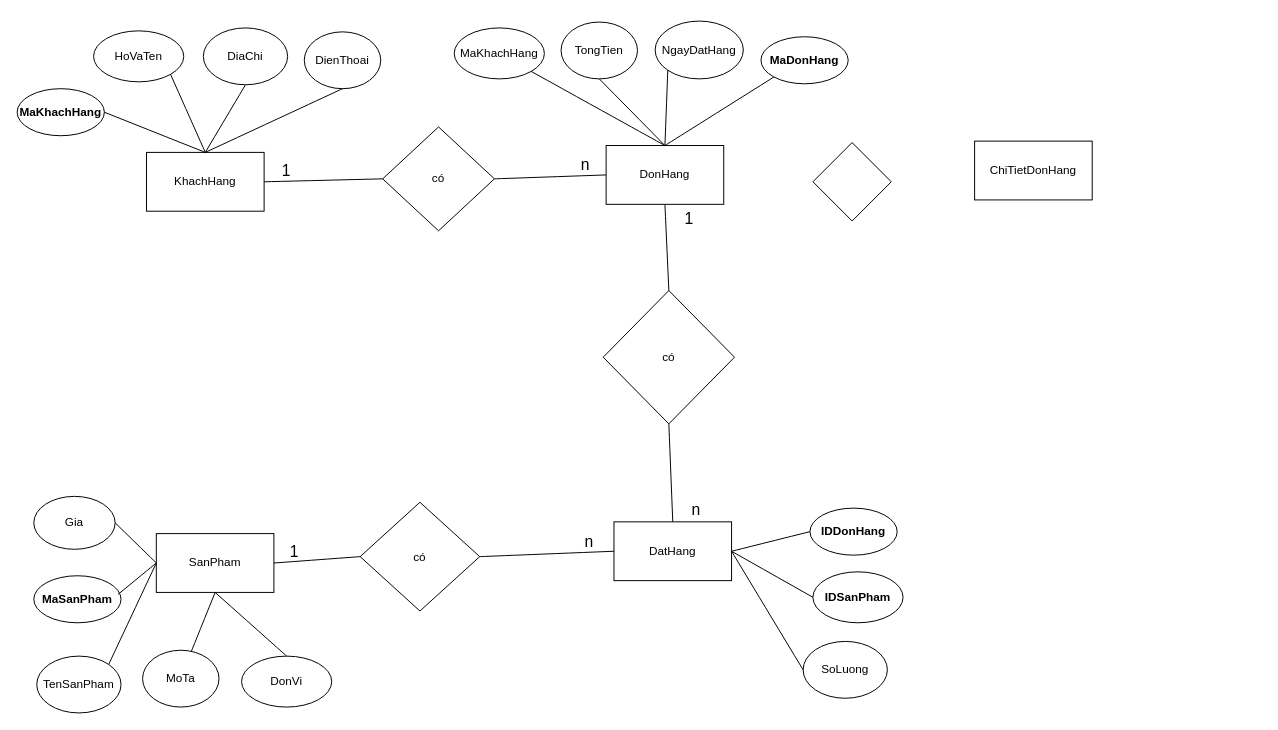
This is page "Lược Đồ ER" (1 of 2) of DuAn3.drawio from PhamThom129D/DeThiMau, a draw.io file, before an edit. Source tidied: cells renumbered, new cells numbered last; positions are measured from the earlier drawing's top-left corner, leaving out a move shared by most shapes. Both pictures are drawn from the tidied source at 98%, with x=0, y=0 at pixel (17, 21).
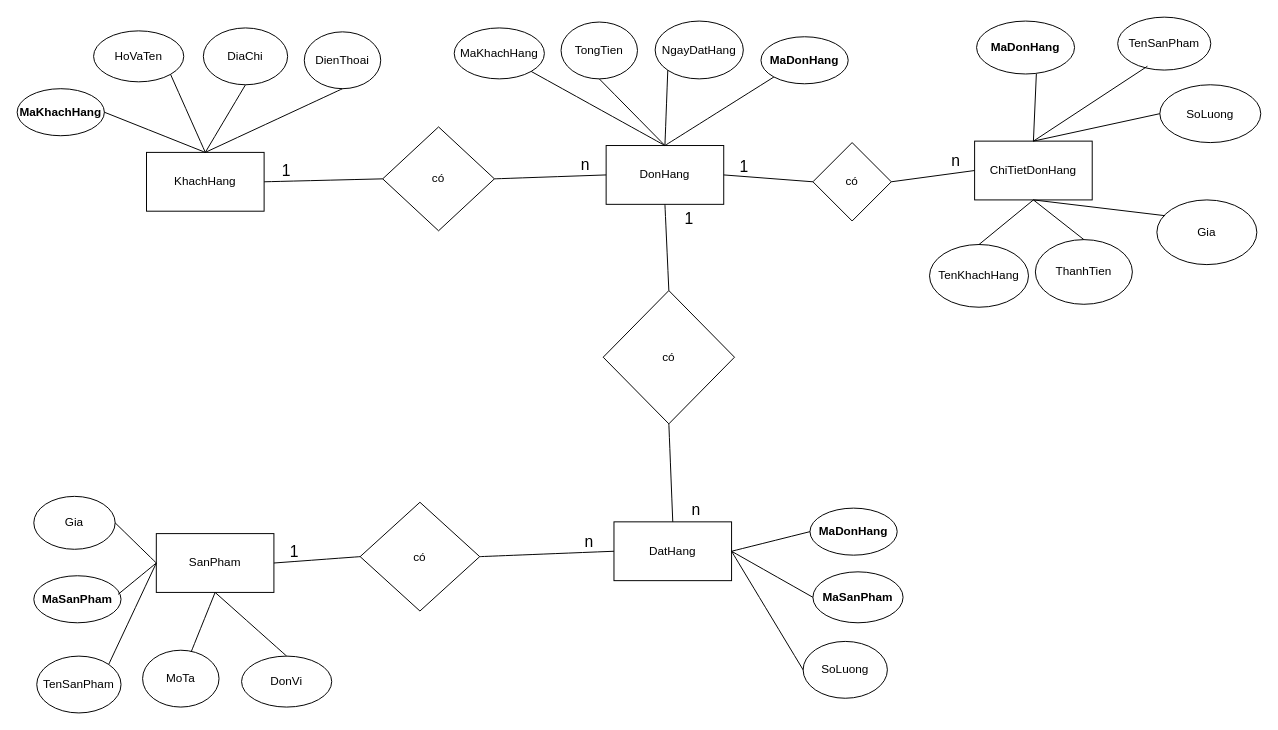
Above is the later version.

Commit message:
Cập nhật DuAn3.drawio

The change refers to these unchanged cells:
```xml
<mxCell id="4" value="DonHang" style="rounded=0;whiteSpace=wrap;html=1;" parent="1" vertex="1">
  <mxGeometry x="601" y="127" width="120" height="60" as="geometry" />
</mxCell>
<mxCell id="53" value="ChiTietDonHang" style="rounded=0;whiteSpace=wrap;html=1;" parent="1" vertex="1">
  <mxGeometry x="977" y="122.5" width="120" height="60" as="geometry" />
</mxCell>
```

What changed in the source:
```diff
@@
-    <mxCell id="15" value="&lt;b&gt;IDSanPham&lt;/b&gt;" style="ellipse;whiteSpace=wrap;html=1;" parent="1" vertex="1">
+    <mxCell id="15" value="&lt;b&gt;MaSanPham&lt;/b&gt;" style="ellipse;whiteSpace=wrap;html=1;" parent="1" vertex="1">
       <mxGeometry x="812" y="562" width="92" height="52" as="geometry" />
     </mxCell>
@@
-    <mxCell id="17" value="&lt;b&gt;IDDonHang&lt;/b&gt;" style="ellipse;whiteSpace=wrap;html=1;" parent="1" vertex="1">
+    <mxCell id="17" value="&lt;b&gt;MaDonHang&lt;/b&gt;" style="ellipse;whiteSpace=wrap;html=1;" parent="1" vertex="1">
       <mxGeometry x="809" y="497" width="89" height="48" as="geometry" />
     </mxCell>
@@
-    <mxCell id="54" style="rhombus;whiteSpace=wrap;html=1;" parent="1" vertex="1">
+    <mxCell id="54" value="có" style="rhombus;whiteSpace=wrap;html=1;" parent="1" vertex="1">
       <mxGeometry x="812" y="124" width="80" height="80" as="geometry" />
     </mxCell>
+    <mxCell id="55" style="endArrow=none;html=1;rounded=0;entryX=1;entryY=0.5;entryDx=0;entryDy=0;exitX=0;exitY=0.5;exitDx=0;exitDy=0;" parent="1" edge="1" source="54" target="4">
+      <mxGeometry relative="1" as="geometry" />
+    </mxCell>
+    <mxCell id="56" style="endArrow=none;html=1;rounded=0;entryX=1;entryY=0.5;entryDx=0;entryDy=0;exitX=0;exitY=0.5;exitDx=0;exitDy=0;" parent="1" edge="1" source="53" target="54">
+      <mxGeometry relative="1" as="geometry" />
+    </mxCell>
+    <mxCell id="57" value="TenKhachHang" style="ellipse;whiteSpace=wrap;html=1;" parent="1" vertex="1">
+      <mxGeometry x="931" y="228" width="101" height="64" as="geometry" />
+    </mxCell>
+    <mxCell id="58" value="ThanhTien" style="ellipse;whiteSpace=wrap;html=1;" parent="1" vertex="1">
+      <mxGeometry x="1039" y="223" width="99" height="66" as="geometry" />
+    </mxCell>
+    <mxCell id="59" value="SoLuong" style="ellipse;whiteSpace=wrap;html=1;" parent="1" vertex="1">
+      <mxGeometry x="1166" y="65" width="103" height="59" as="geometry" />
+    </mxCell>
+    <mxCell id="60" value="TenSanPham" style="ellipse;whiteSpace=wrap;html=1;" parent="1" vertex="1">
+      <mxGeometry x="1123" y="-4" width="95" height="54" as="geometry" />
+    </mxCell>
+    <mxCell id="61" value="&lt;b&gt;MaDonHang&lt;/b&gt;" style="ellipse;whiteSpace=wrap;html=1;" parent="1" vertex="1">
+      <mxGeometry x="979" width="100" height="54" as="geometry" />
+    </mxCell>
+    <mxCell id="62" value="Gia" style="ellipse;whiteSpace=wrap;html=1;" parent="1" vertex="1">
+      <mxGeometry x="1163" y="182.5" width="102" height="66" as="geometry" />
+    </mxCell>
+    <mxCell id="63" style="endArrow=none;html=1;rounded=0;entryX=0.5;entryY=1;entryDx=0;entryDy=0;exitX=0.5;exitY=0;exitDx=0;exitDy=0;" parent="1" edge="1" source="58" target="53">
+      <mxGeometry relative="1" as="geometry" />
+    </mxCell>
+    <mxCell id="64" style="endArrow=none;html=1;rounded=0;entryX=0.5;entryY=1;entryDx=0;entryDy=0;exitX=0.5;exitY=0;exitDx=0;exitDy=0;" parent="1" edge="1" source="57" target="53">
+      <mxGeometry relative="1" as="geometry" />
+    </mxCell>
+    <mxCell id="65" style="endArrow=none;html=1;rounded=0;entryX=0.5;entryY=0;entryDx=0;entryDy=0;exitX=0;exitY=0.5;exitDx=0;exitDy=0;" parent="1" edge="1" source="59" target="53">
+      <mxGeometry relative="1" as="geometry" />
+    </mxCell>
+    <mxCell id="66" style="endArrow=none;html=1;rounded=0;entryX=0.5;entryY=0;entryDx=0;entryDy=0;exitX=0.319;exitY=0.928;exitDx=0;exitDy=0;exitPerimeter=0;" parent="1" edge="1" source="60" target="53">
+      <mxGeometry relative="1" as="geometry" />
+    </mxCell>
+    <mxCell id="67" style="endArrow=none;html=1;rounded=0;entryX=0.5;entryY=0;entryDx=0;entryDy=0;exitX=0.61;exitY=1;exitDx=0;exitDy=0;exitPerimeter=0;" parent="1" edge="1" source="61" target="53">
+      <mxGeometry relative="1" as="geometry" />
+    </mxCell>
+    <mxCell id="68" style="endArrow=none;html=1;rounded=0;entryX=0.5;entryY=1;entryDx=0;entryDy=0;exitX=0.082;exitY=0.244;exitDx=0;exitDy=0;exitPerimeter=0;" parent="1" edge="1" source="62" target="53">
+      <mxGeometry relative="1" as="geometry" />
+    </mxCell>
+    <mxCell id="69" value="1" style="text;html=1;align=center;verticalAlign=middle;whiteSpace=wrap;rounded=0;fontSize=16;" parent="1" vertex="1">
+      <mxGeometry x="721" y="141" width="42" height="15" as="geometry" />
+    </mxCell>
+    <mxCell id="70" value="n" style="text;html=1;align=center;verticalAlign=middle;whiteSpace=wrap;rounded=0;fontSize=16;" parent="1" vertex="1">
+      <mxGeometry x="937" y="134" width="42" height="15" as="geometry" />
+    </mxCell>
```
